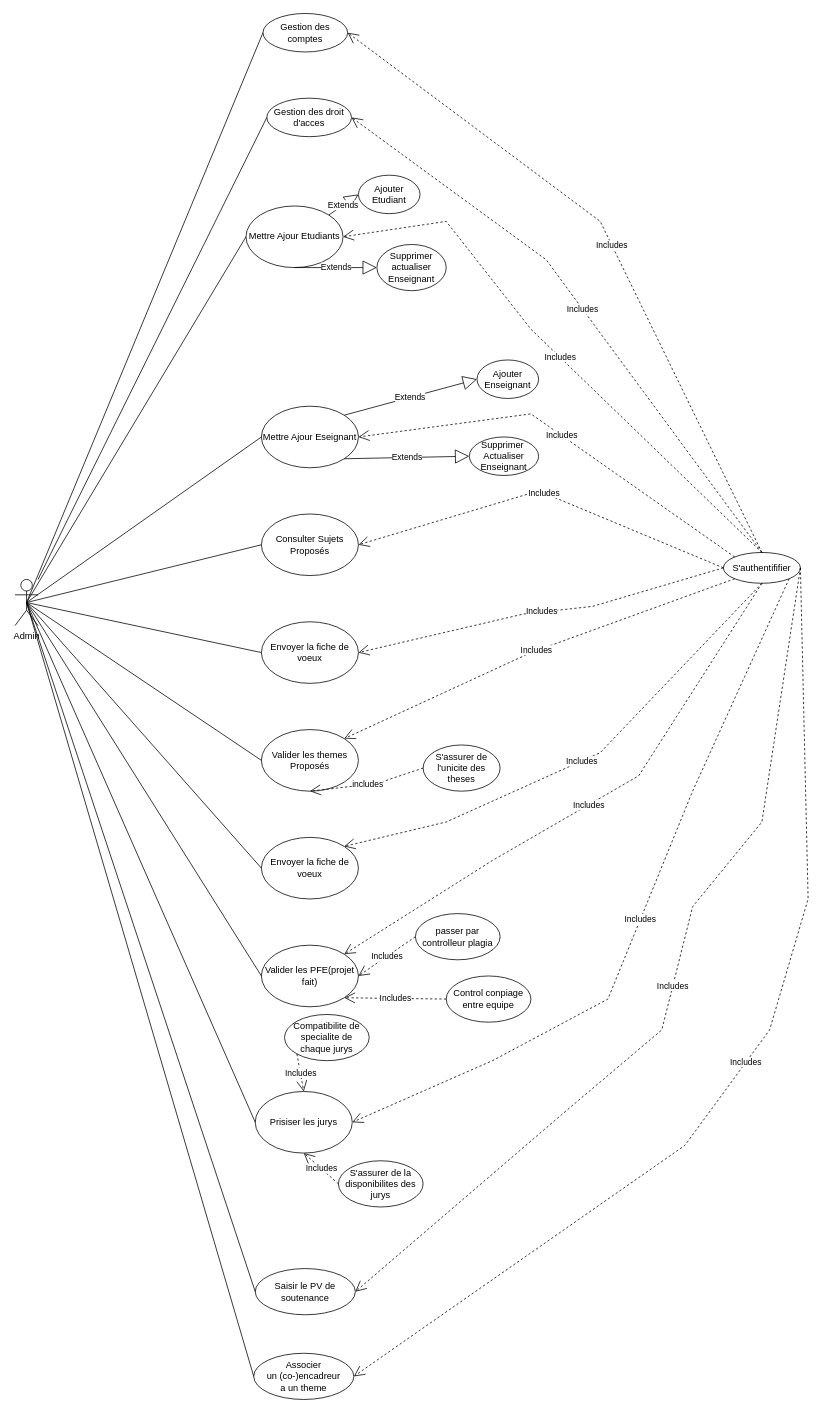
stormsidali2001/PFE_third_year_school_project_front keeps this draw.io diagram as diagrams/useCasesAdmin.drawio. Above is the earlier version. Source tidied: cells renumbered, new cells numbered last; positions are measured from the earlier drawing's top-left corner, leaving out a move shared by most shapes. Both pictures are drawn from the tidied source at 77%, with x=0, y=0 at pixel (15, 13).
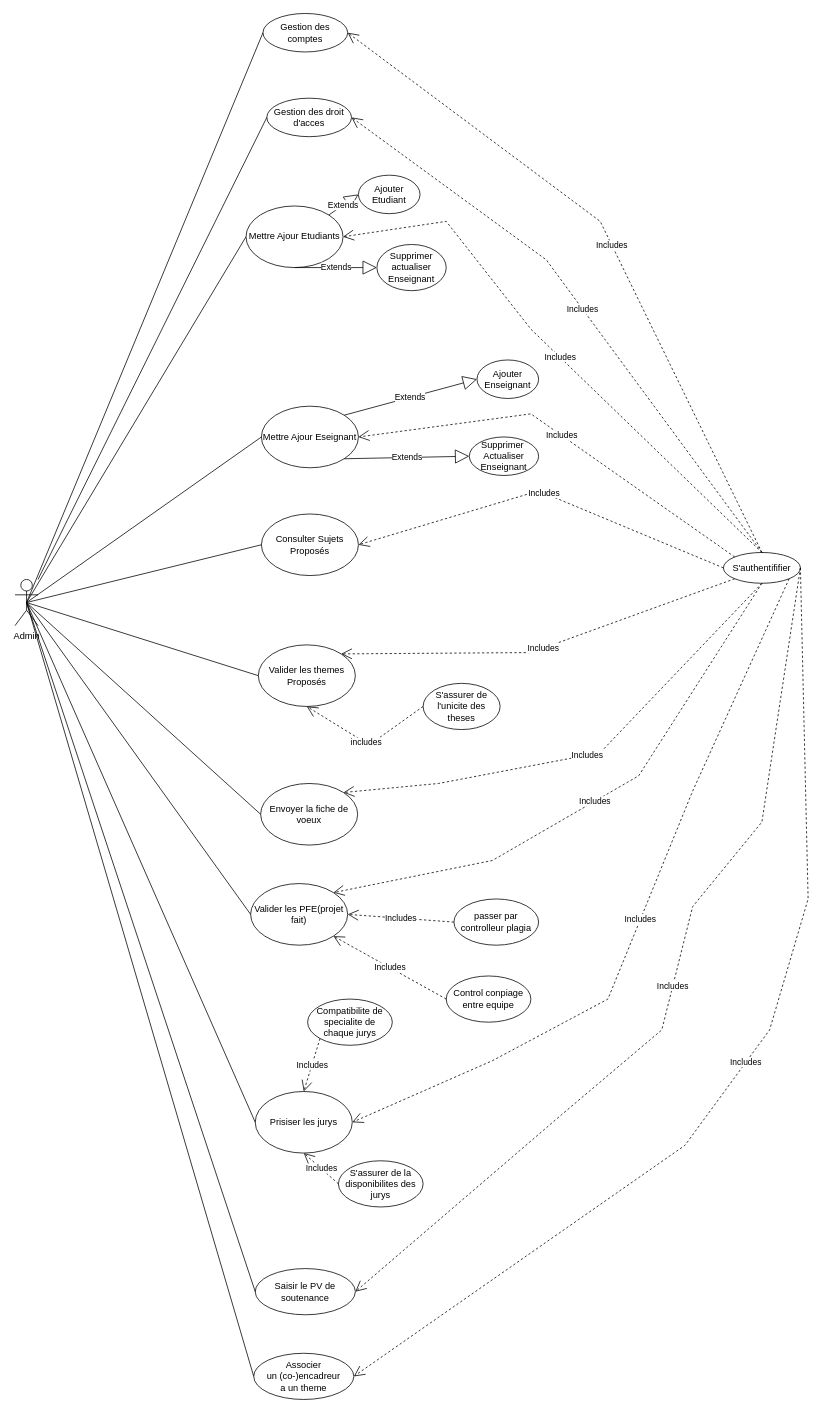
Above is the later version.

Unchanged cells that the change refers to:
```xml
<mxCell id="2" value="Admin&lt;br&gt;" style="shape=umlActor;verticalLabelPosition=bottom;verticalAlign=top;html=1;outlineConnect=0;" parent="1" vertex="1">
  <mxGeometry y="735" width="30" height="60" as="geometry" />
</mxCell>
<mxCell id="23" value="S'authentififier" style="ellipse;whiteSpace=wrap;html=1;" parent="1" vertex="1">
  <mxGeometry x="920" y="700" width="100" height="40" as="geometry" />
</mxCell>
```

What changed in the source:
```diff
@@
-    <mxCell id="8" value="Envoyer la fiche de voeux" style="ellipse;whiteSpace=wrap;html=1;" parent="1" vertex="1">
-      <mxGeometry x="320" y="790" width="126" height="80" as="geometry" />
-    </mxCell>
     <mxCell id="9" value="Valider les themes Proposés" style="ellipse;whiteSpace=wrap;html=1;" parent="1" vertex="1">
-      <mxGeometry x="320" y="930" width="126" height="80" as="geometry" />
+      <mxGeometry x="316" y="820" width="126" height="80" as="geometry" />
     </mxCell>
     <mxCell id="10" value="Envoyer la fiche de voeux" style="ellipse;whiteSpace=wrap;html=1;" parent="1" vertex="1">
-      <mxGeometry x="320" y="1070" width="126" height="80" as="geometry" />
+      <mxGeometry x="319" y="1000" width="126" height="80" as="geometry" />
     </mxCell>
     <mxCell id="11" value="Valider les PFE(projet fait)" style="ellipse;whiteSpace=wrap;html=1;" parent="1" vertex="1">
-      <mxGeometry x="320" y="1210" width="126" height="80" as="geometry" />
+      <mxGeometry x="306" y="1130" width="126" height="80" as="geometry" />
     </mxCell>
@@
-    <mxCell id="18" style="endArrow=none;html=1;rounded=0;entryX=0;entryY=0.5;entryDx=0;entryDy=0;exitX=0.5;exitY=0.5;exitDx=0;exitDy=0;exitPerimeter=0;" parent="1" edge="1" source="2" target="8">
-      <mxGeometry relative="1" as="geometry" />
-    </mxCell>
@@
-    <mxCell id="29" value="Includes" style="endArrow=open;endSize=12;dashed=1;html=1;rounded=0;entryX=1;entryY=0.5;entryDx=0;entryDy=0;exitX=0;exitY=0.5;exitDx=0;exitDy=0;" parent="1" edge="1" source="23" target="8">
-      <mxGeometry relative="1" as="geometry">
-        <Array as="points">
-          <mxPoint x="750" y="770" />
-          <mxPoint x="660" y="780" />
-        </Array>
-      </mxGeometry>
-    </mxCell>
@@
     <mxCell id="31" value="Includes" style="endArrow=open;endSize=12;dashed=1;html=1;rounded=0;entryX=1;entryY=0;entryDx=0;entryDy=0;exitX=0.5;exitY=1;exitDx=0;exitDy=0;" parent="1" edge="1" source="23" target="10">
       <mxGeometry relative="1" as="geometry">
         <Array as="points">
           <mxPoint x="760" y="960" />
-          <mxPoint x="560" y="1050" />
+          <mxPoint x="550" y="1000" />
         </Array>
       </mxGeometry>
     </mxCell>
@@
     <mxCell id="42" value="S'assurer de l'unicite des theses" style="ellipse;whiteSpace=wrap;html=1;" parent="1" vertex="1">
-      <mxGeometry x="530" y="950" width="100" height="60" as="geometry" />
+      <mxGeometry x="530" y="870" width="100" height="60" as="geometry" />
     </mxCell>
     <mxCell id="43" value="includes" style="endArrow=open;endSize=12;dashed=1;html=1;rounded=0;entryX=0.5;entryY=1;entryDx=0;entryDy=0;exitX=0;exitY=0.5;exitDx=0;exitDy=0;" parent="1" edge="1" source="42" target="9">
       <mxGeometry relative="1" as="geometry">
         <Array as="points">
-          <mxPoint x="470" y="1000" />
+          <mxPoint x="460" y="950" />
         </Array>
       </mxGeometry>
     </mxCell>
     <mxCell id="44" value="passer par controlleur plagia" style="ellipse;whiteSpace=wrap;html=1;" parent="1" vertex="1">
-      <mxGeometry x="520" y="1169" width="110" height="60" as="geometry" />
+      <mxGeometry x="570" y="1150" width="110" height="60" as="geometry" />
     </mxCell>
@@
     <mxCell id="50" value="Compatibilite de specialite de chaque jurys" style="ellipse;whiteSpace=wrap;html=1;" parent="1" vertex="1">
-      <mxGeometry x="350" y="1300" width="110" height="60" as="geometry" />
+      <mxGeometry x="380" y="1280" width="110" height="60" as="geometry" />
     </mxCell>
```
